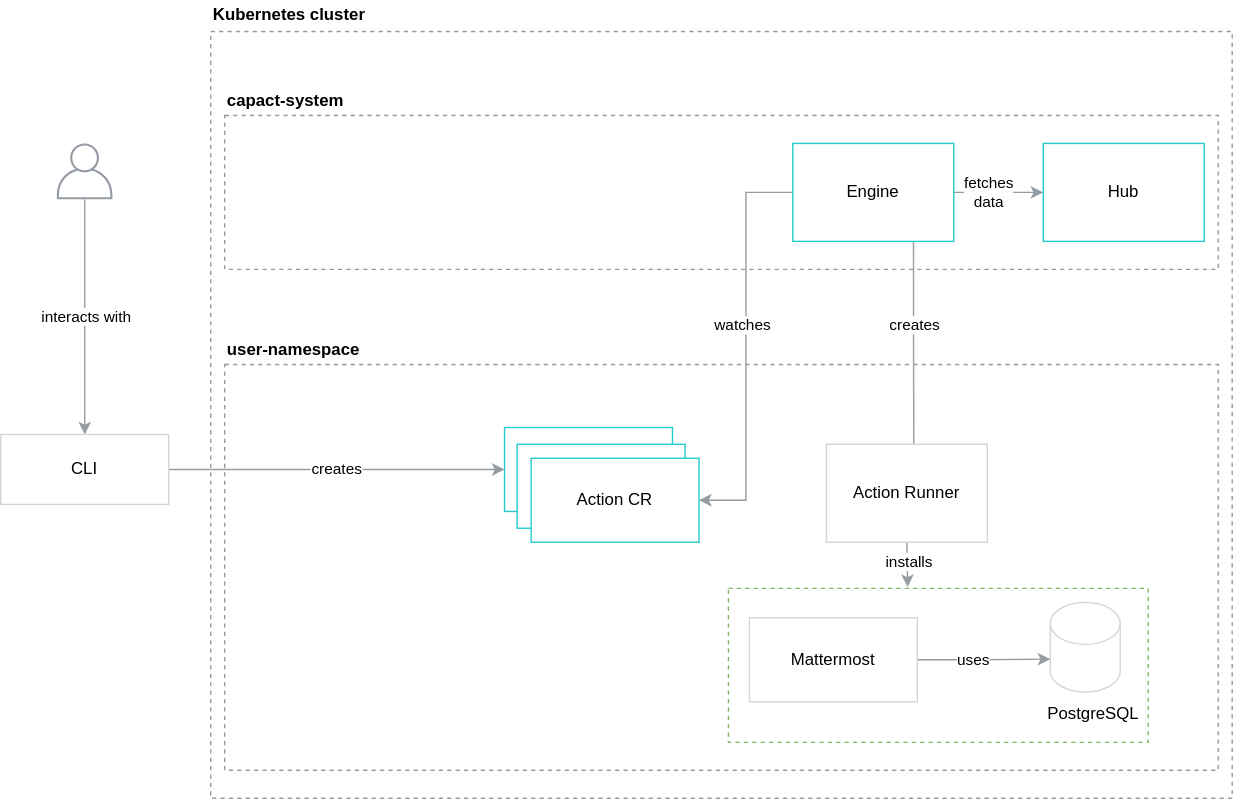
Before: docs/example/assets/install-in-cluster.svg, a diagram exported from draw.io (capactio/website). Source tidied: cells renumbered, new cells last; positions are measured from the earlier drawing's top-left corner, leaving out a move shared by most shapes.
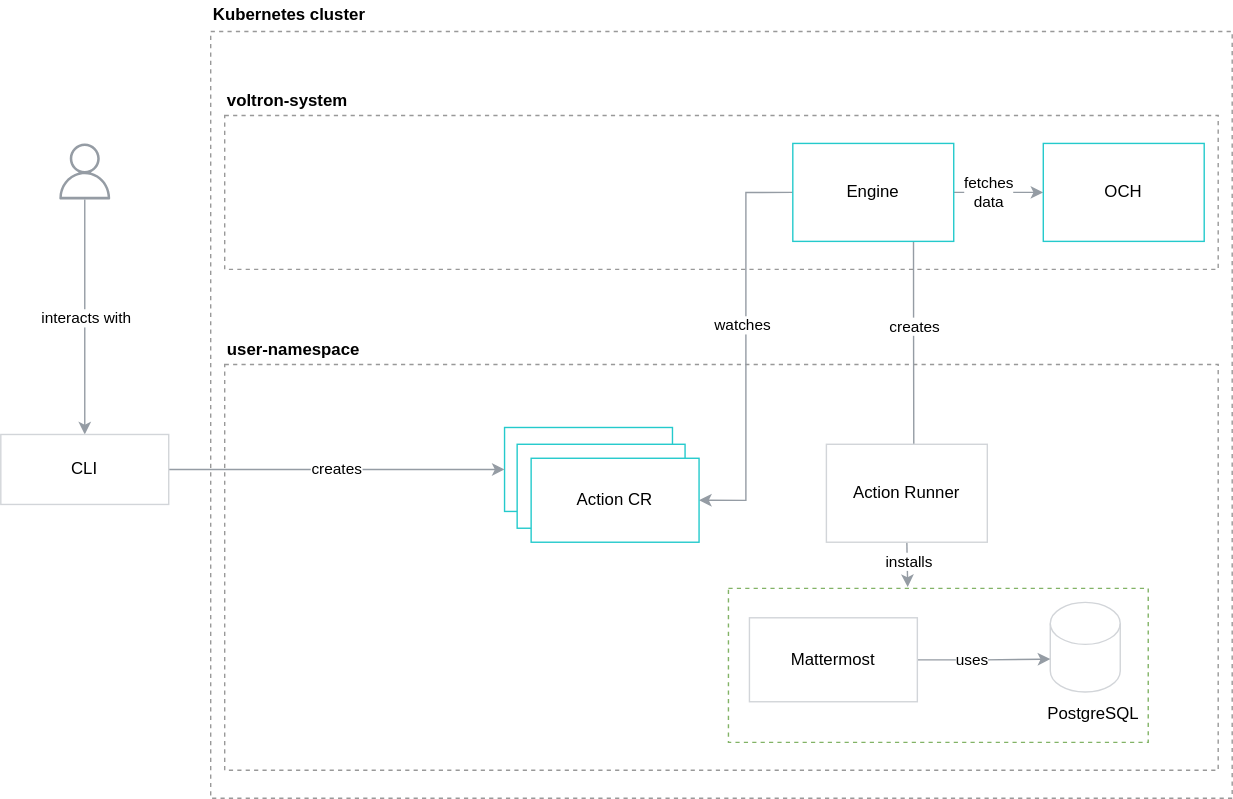
Above is the later version.

Diff of the diagram source:
```diff
@@ -2,6 +2,9 @@
   <root>
     <mxCell id="0" />
     <mxCell id="1" parent="0" />
+    <mxCell id="35" style="rounded=0;whiteSpace=wrap;html=1;strokeColor=none;" parent="1" vertex="1">
+      <mxGeometry width="880" height="570" as="geometry" />
+    </mxCell>
     <mxCell id="2" style="rounded=0;whiteSpace=wrap;html=1;dashed=1;fillColor=none;strokeColor=#999999;" parent="1" vertex="1">
       <mxGeometry x="150" y="22" width="730" height="548" as="geometry" />
     </mxCell>
```
